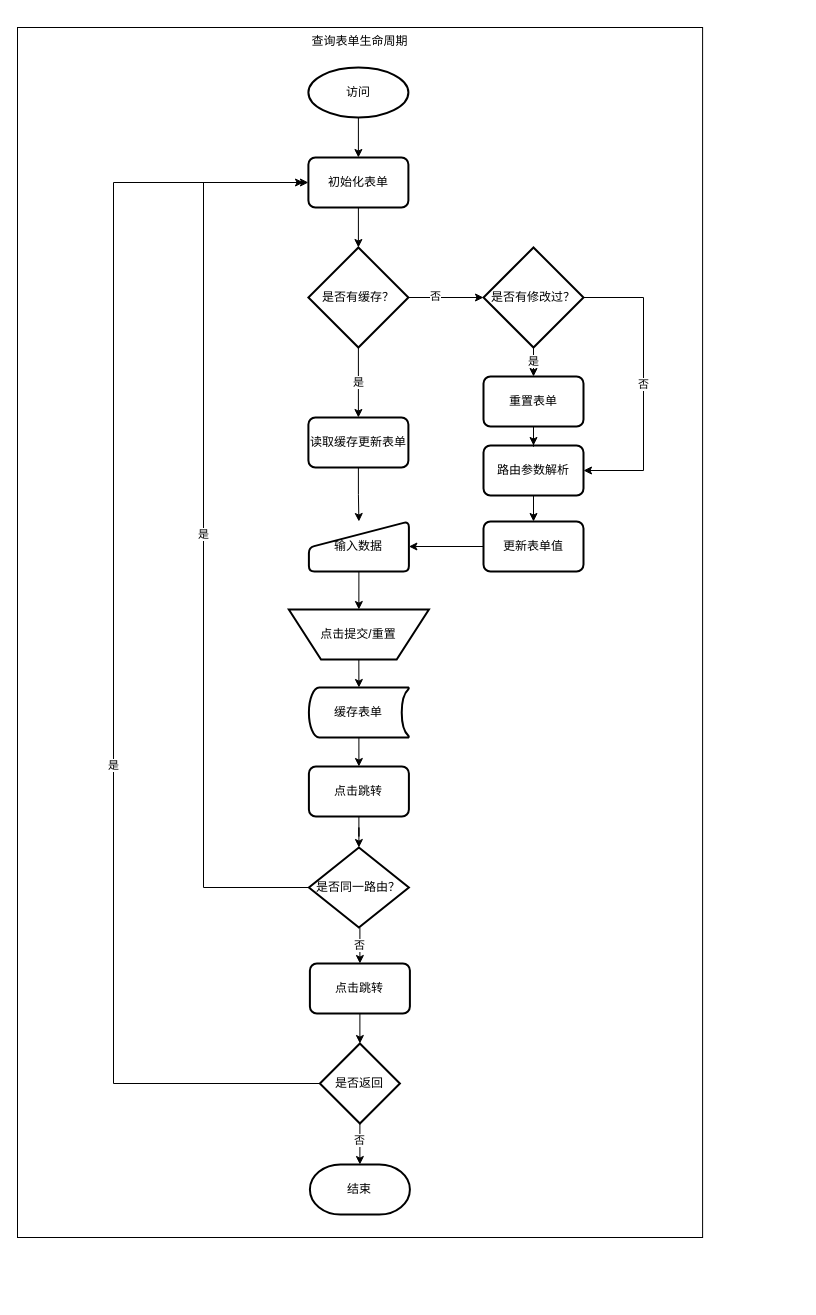
openeagle/antd-react keeps this draw.io diagram as docs/query-form/query_form_lifecycle.drawio. Above is the earlier version. Source tidied: cells renumbered, new cells numbered last; positions are measured from the earlier drawing's top-left corner, leaving out a move shared by most shapes. Both pictures are drawn from the tidied source at 100%, with x=0, y=0 at pixel (17, 27).
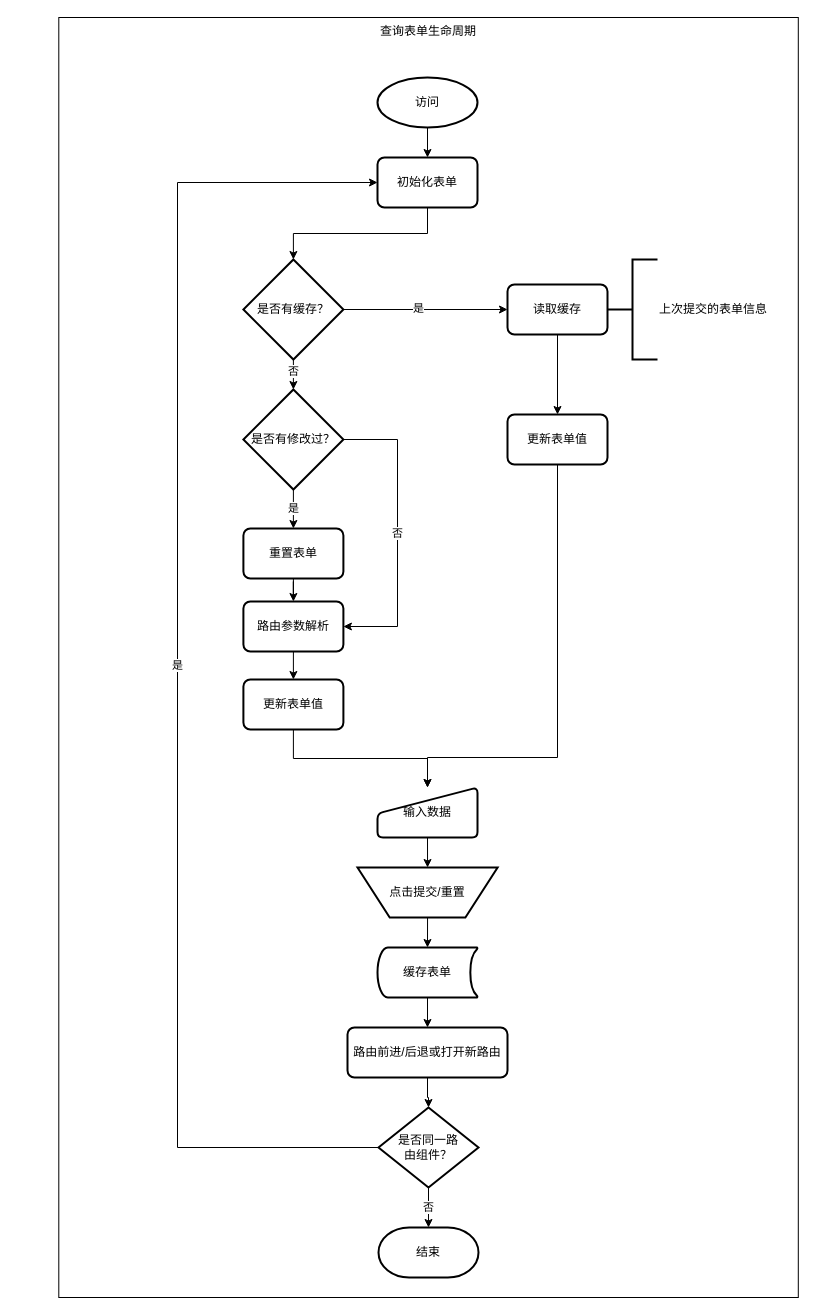
The same diagram, later.

Change to the diagram source:
```diff
@@
     <mxCell id="2" value="查询表单生命周期" style="rounded=0;whiteSpace=wrap;html=1;strokeWidth=1;verticalAlign=top;" parent="1" vertex="1">
-      <mxGeometry width="685.1" height="1210" as="geometry" />
+      <mxGeometry x="41.3" y="-10" width="739.5" height="1280" as="geometry" />
     </mxCell>
@@
     <mxCell id="4" value="访问" style="strokeWidth=2;html=1;shape=mxgraph.flowchart.start_1;whiteSpace=wrap;" parent="1" vertex="1">
-      <mxGeometry x="290.9" y="40" width="100" height="50" as="geometry" />
+      <mxGeometry x="360" y="50" width="100" height="50" as="geometry" />
     </mxCell>
@@
     <mxCell id="6" value="初始化表单" style="rounded=1;whiteSpace=wrap;html=1;absoluteArcSize=1;arcSize=14;strokeWidth=2;" parent="1" vertex="1">
-      <mxGeometry x="290.9" y="130" width="100" height="50" as="geometry" />
+      <mxGeometry x="360" y="130" width="100" height="50" as="geometry" />
     </mxCell>
@@
     <mxCell id="8" value="输入数据" style="html=1;strokeWidth=2;shape=manualInput;whiteSpace=wrap;rounded=1;size=26;arcSize=11;" parent="1" vertex="1">
-      <mxGeometry x="291.4" y="494" width="100" height="50" as="geometry" />
+      <mxGeometry x="360" y="760" width="100" height="50" as="geometry" />
     </mxCell>
@@
     <mxCell id="10" value="点击提交/重置" style="verticalLabelPosition=middle;verticalAlign=middle;html=1;shape=trapezoid;perimeter=trapezoidPerimeter;whiteSpace=wrap;size=0.23;arcSize=10;flipV=1;labelPosition=center;align=center;strokeWidth=2;" parent="1" vertex="1">
-      <mxGeometry x="271.3" y="582" width="140.1" height="50" as="geometry" />
+      <mxGeometry x="340" y="840" width="140.1" height="50" as="geometry" />
     </mxCell>
@@
     <mxCell id="12" value="缓存表单" style="strokeWidth=2;html=1;shape=mxgraph.flowchart.stored_data;whiteSpace=wrap;" parent="1" vertex="1">
-      <mxGeometry x="291.4" y="660" width="100" height="50" as="geometry" />
+      <mxGeometry x="360" y="920" width="100" height="50" as="geometry" />
     </mxCell>
     <mxCell id="13" value="结束" style="strokeWidth=2;html=1;shape=mxgraph.flowchart.terminator;whiteSpace=wrap;" parent="1" vertex="1">
-      <mxGeometry x="292.4" y="1137" width="100" height="50" as="geometry" />
+      <mxGeometry x="361" y="1200" width="100" height="50" as="geometry" />
     </mxCell>
     <mxCell id="14" value="是" style="edgeStyle=orthogonalEdgeStyle;rounded=0;jettySize=auto;html=1;exitX=0;exitY=0.5;exitDx=0;exitDy=0;entryX=0;entryY=0.5;entryDx=0;entryDy=0;" parent="1" edge="1" source="28" target="6">
       <mxGeometry relative="1" as="geometry">
         <Array as="points">
-          <mxPoint x="186" y="860" />
-          <mxPoint x="186" y="155" />
+          <mxPoint x="160" y="1120" />
+          <mxPoint x="160" y="155" />
         </Array>
       </mxGeometry>
     </mxCell>
@@
-    <mxCell id="16" value="点击跳转" style="rounded=1;whiteSpace=wrap;html=1;absoluteArcSize=1;arcSize=14;strokeWidth=2;" parent="1" vertex="1">
-      <mxGeometry x="291.4" y="739" width="100" height="50" as="geometry" />
+    <mxCell id="16" value="路由前进/后退或打开新路由" style="rounded=1;whiteSpace=wrap;html=1;absoluteArcSize=1;arcSize=14;strokeWidth=2;" parent="1" vertex="1">
+      <mxGeometry x="330" y="1000" width="160" height="50" as="geometry" />
     </mxCell>
+    <mxCell id="18" style="edgeStyle=orthogonalEdgeStyle;rounded=0;jettySize=auto;html=1;exitX=0.5;exitY=1;exitDx=0;exitDy=0;exitPerimeter=0;entryX=0.5;entryY=0;entryDx=0;entryDy=0;entryPerimeter=0;" parent="1" edge="1" source="20" target="40">
+      <mxGeometry relative="1" as="geometry" />
+    </mxCell>
+    <mxCell id="41" value="否" style="edgeLabel;html=1;align=center;verticalAlign=middle;" parent="18" vertex="1">
+      <mxGeometry x="-0.27" relative="1" as="geometry" />
+    </mxCell>
-    <mxCell id="17" value="是" style="edgeStyle=orthogonalEdgeStyle;rounded=0;jettySize=auto;html=1;exitX=0.5;exitY=1;exitDx=0;exitDy=0;exitPerimeter=0;entryX=0.5;entryY=0;entryDx=0;entryDy=0;" parent="1" edge="1" source="20" target="22">
+    <mxCell id="17" style="edgeStyle=orthogonalEdgeStyle;rounded=0;jettySize=auto;html=1;exitX=1;exitY=0.5;exitDx=0;exitDy=0;exitPerimeter=0;entryX=0;entryY=0.5;entryDx=0;entryDy=0;" parent="1" edge="1" source="20" target="22">
       <mxGeometry relative="1" as="geometry" />
     </mxCell>
-    <mxCell id="18" style="edgeStyle=orthogonalEdgeStyle;rounded=0;jettySize=auto;html=1;exitX=1;exitY=0.5;exitDx=0;exitDy=0;exitPerimeter=0;entryX=0;entryY=0.5;entryDx=0;entryDy=0;entryPerimeter=0;" parent="1" edge="1" source="20" target="40">
-      <mxGeometry relative="1" as="geometry" />
-    </mxCell>
-    <mxCell id="19" value="否" style="edgeLabel;html=1;align=center;verticalAlign=middle;" parent="18" vertex="1">
-      <mxGeometry x="-0.28" y="2" relative="1" as="geometry" />
-    </mxCell>
+    <mxCell id="32" value="是" style="edgeLabel;html=1;align=center;verticalAlign=middle;" parent="17" vertex="1">
+      <mxGeometry x="-0.09" y="2" relative="1" as="geometry" />
+    </mxCell>
     <mxCell id="20" value="是否有缓存？" style="strokeWidth=2;html=1;shape=mxgraph.flowchart.decision;whiteSpace=wrap;" parent="1" vertex="1">
-      <mxGeometry x="290.9" y="220" width="100" height="100" as="geometry" />
+      <mxGeometry x="225.9" y="232" width="100" height="100" as="geometry" />
     </mxCell>
-    <mxCell id="21" style="edgeStyle=orthogonalEdgeStyle;rounded=0;jettySize=auto;html=1;exitX=0.5;exitY=1;exitDx=0;exitDy=0;" parent="1" edge="1" source="22" target="8">
-      <mxGeometry relative="1" as="geometry" />
-    </mxCell>
+    <mxCell id="42" style="edgeStyle=orthogonalEdgeStyle;rounded=0;jettySize=auto;html=1;exitX=0.5;exitY=1;exitDx=0;exitDy=0;entryX=0.5;entryY=0;entryDx=0;entryDy=0;" parent="1" edge="1" source="22" target="45">
+      <mxGeometry relative="1" as="geometry" />
+    </mxCell>
-    <mxCell id="22" value="读取缓存更新表单" style="rounded=1;whiteSpace=wrap;html=1;absoluteArcSize=1;arcSize=14;strokeWidth=2;" parent="1" vertex="1">
-      <mxGeometry x="290.9" y="390" width="100" height="50" as="geometry" />
+    <mxCell id="22" value="读取缓存" style="rounded=1;whiteSpace=wrap;html=1;absoluteArcSize=1;arcSize=14;strokeWidth=2;" parent="1" vertex="1">
+      <mxGeometry x="490" y="257" width="100" height="50" as="geometry" />
     </mxCell>
@@
     <mxCell id="24" value="路由参数解析" style="rounded=1;whiteSpace=wrap;html=1;absoluteArcSize=1;arcSize=14;strokeWidth=2;" parent="1" vertex="1">
-      <mxGeometry x="466" y="418" width="100" height="50" as="geometry" />
+      <mxGeometry x="225.9" y="574" width="100" height="50" as="geometry" />
     </mxCell>
-    <mxCell id="25" style="edgeStyle=orthogonalEdgeStyle;rounded=0;jettySize=auto;html=1;exitX=0;exitY=0.5;exitDx=0;exitDy=0;entryX=1;entryY=0.5;entryDx=0;entryDy=0;" parent="1" edge="1" source="26" target="8">
+    <mxCell id="25" style="edgeStyle=orthogonalEdgeStyle;rounded=0;jettySize=auto;html=1;exitX=0.5;exitY=1;exitDx=0;exitDy=0;" parent="1" edge="1" source="26" target="8">
       <mxGeometry relative="1" as="geometry" />
     </mxCell>
     <mxCell id="26" value="更新表单值" style="rounded=1;whiteSpace=wrap;html=1;absoluteArcSize=1;arcSize=14;strokeWidth=2;" parent="1" vertex="1">
-      <mxGeometry x="466" y="494" width="100" height="50" as="geometry" />
+      <mxGeometry x="225.9" y="652" width="100" height="50" as="geometry" />
     </mxCell>
-    <mxCell id="27" value="否" style="edgeStyle=orthogonalEdgeStyle;rounded=0;jettySize=auto;html=1;exitX=0.5;exitY=1;exitDx=0;exitDy=0;entryX=0.5;entryY=0;entryDx=0;entryDy=0;" parent="1" edge="1" source="28" target="35">
+    <mxCell id="27" value="否" style="edgeStyle=orthogonalEdgeStyle;rounded=0;jettySize=auto;html=1;exitX=0.5;exitY=1;exitDx=0;exitDy=0;entryX=0.5;entryY=0;entryDx=0;entryDy=0;entryPerimeter=0;" parent="1" edge="1" source="28" target="13">
       <mxGeometry relative="1" as="geometry" />
     </mxCell>
-    <mxCell id="28" value="是否同一路由？" style="rhombus;whiteSpace=wrap;html=1;strokeWidth=2;" parent="1" vertex="1">
-      <mxGeometry x="291.4" y="820" width="100" height="80" as="geometry" />
+    <mxCell id="28" value="是否同一路由组件？" style="rhombus;whiteSpace=wrap;html=1;strokeWidth=2;spacingLeft=15;spacingRight=15;" parent="1" vertex="1">
+      <mxGeometry x="361" y="1080" width="100" height="80" as="geometry" />
     </mxCell>
-    <mxCell id="29" style="edgeStyle=orthogonalEdgeStyle;rounded=0;jettySize=auto;html=1;exitX=0.5;exitY=1;exitDx=0;exitDy=0;entryX=0.5;entryY=0;entryDx=0;entryDy=0;entryPerimeter=0;" parent="1" edge="1" source="33" target="13">
-      <mxGeometry relative="1" as="geometry" />
-    </mxCell>
-    <mxCell id="30" value="否" style="edgeLabel;html=1;align=center;verticalAlign=middle;" parent="29" vertex="1">
-      <mxGeometry x="-0.2" y="-1" relative="1" as="geometry" />
-    </mxCell>
-    <mxCell id="31" style="edgeStyle=orthogonalEdgeStyle;rounded=0;jettySize=auto;html=1;exitX=0;exitY=0.5;exitDx=0;exitDy=0;" parent="1" edge="1" source="33">
-      <mxGeometry relative="1" as="geometry">
-        <mxPoint x="286" y="155" as="targetPoint" />
-        <Array as="points">
-          <mxPoint x="96" y="1056" />
-          <mxPoint x="96" y="155" />
-        </Array>
-      </mxGeometry>
-    </mxCell>
-    <mxCell id="32" value="是" style="edgeLabel;html=1;align=center;verticalAlign=middle;" parent="31" vertex="1">
-      <mxGeometry x="-0.19" y="1" relative="1" as="geometry" />
-    </mxCell>
-    <mxCell id="33" value="是否返回" style="rhombus;whiteSpace=wrap;html=1;strokeWidth=2;" parent="1" vertex="1">
-      <mxGeometry x="302.4" y="1016" width="80" height="80" as="geometry" />
-    </mxCell>
-    <mxCell id="34" style="edgeStyle=orthogonalEdgeStyle;rounded=0;jettySize=auto;html=1;exitX=0.5;exitY=1;exitDx=0;exitDy=0;entryX=0.5;entryY=0;entryDx=0;entryDy=0;" parent="1" edge="1" source="35" target="33">
-      <mxGeometry relative="1" as="geometry" />
-    </mxCell>
-    <mxCell id="35" value="点击跳转" style="rounded=1;whiteSpace=wrap;html=1;absoluteArcSize=1;arcSize=14;strokeWidth=2;" parent="1" vertex="1">
-      <mxGeometry x="292.4" y="936" width="100" height="50" as="geometry" />
-    </mxCell>
@@
     <mxCell id="37" value="重置表单" style="rounded=1;whiteSpace=wrap;html=1;absoluteArcSize=1;arcSize=14;strokeWidth=2;" parent="1" vertex="1">
-      <mxGeometry x="466" y="349" width="100" height="50" as="geometry" />
+      <mxGeometry x="225.9" y="501" width="100" height="50" as="geometry" />
     </mxCell>
@@
     <mxCell id="39" value="否" style="edgeStyle=orthogonalEdgeStyle;rounded=0;jettySize=auto;html=1;exitX=1;exitY=0.5;exitDx=0;exitDy=0;exitPerimeter=0;entryX=1;entryY=0.5;entryDx=0;entryDy=0;" parent="1" edge="1" source="40" target="24">
       <mxGeometry relative="1" as="geometry">
         <Array as="points">
-          <mxPoint x="626" y="270" />
-          <mxPoint x="626" y="443" />
+          <mxPoint x="380" y="412" />
+          <mxPoint x="380" y="599" />
         </Array>
       </mxGeometry>
     </mxCell>
     <mxCell id="40" value="是否有修改过？" style="strokeWidth=2;html=1;shape=mxgraph.flowchart.decision;whiteSpace=wrap;" parent="1" vertex="1">
-      <mxGeometry x="466" y="220" width="100" height="100" as="geometry" />
+      <mxGeometry x="225.9" y="362" width="100" height="100" as="geometry" />
     </mxCell>
+    <mxCell id="43" value="上次提交的表单信息" style="strokeWidth=2;html=1;shape=mxgraph.flowchart.annotation_2;align=left;labelPosition=right;rounded=1;fillColor=default;" parent="1" vertex="1">
+      <mxGeometry x="590" y="232" width="50" height="100" as="geometry" />
+    </mxCell>
+    <mxCell id="44" style="edgeStyle=orthogonalEdgeStyle;rounded=0;jettySize=auto;html=1;exitX=0.5;exitY=1;exitDx=0;exitDy=0;" parent="1" edge="1" source="45" target="8">
+      <mxGeometry relative="1" as="geometry">
+        <Array as="points">
+          <mxPoint x="540" y="730" />
+          <mxPoint x="410" y="730" />
+        </Array>
+      </mxGeometry>
+    </mxCell>
+    <mxCell id="45" value="更新表单值" style="rounded=1;whiteSpace=wrap;html=1;absoluteArcSize=1;arcSize=14;strokeWidth=2;" parent="1" vertex="1">
+      <mxGeometry x="490" y="387" width="100" height="50" as="geometry" />
+    </mxCell>
```
